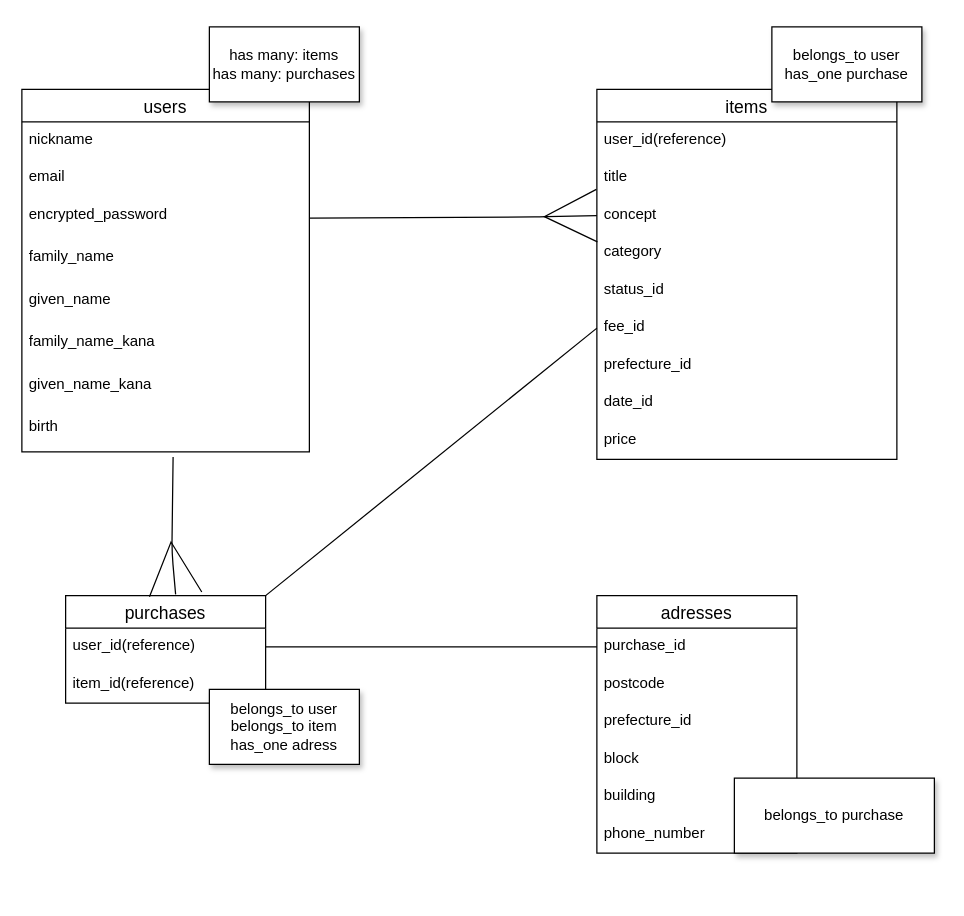
This is ER.dio from kazu0602/furima-32896, a draw.io file, before an edit. Source tidied: cells renumbered, new cells numbered last; positions are measured from the earlier drawing's top-left corner, leaving out a move shared by most shapes. Both pictures are drawn from the tidied source at 125%, with x=0, y=0 at pixel (21, 26).
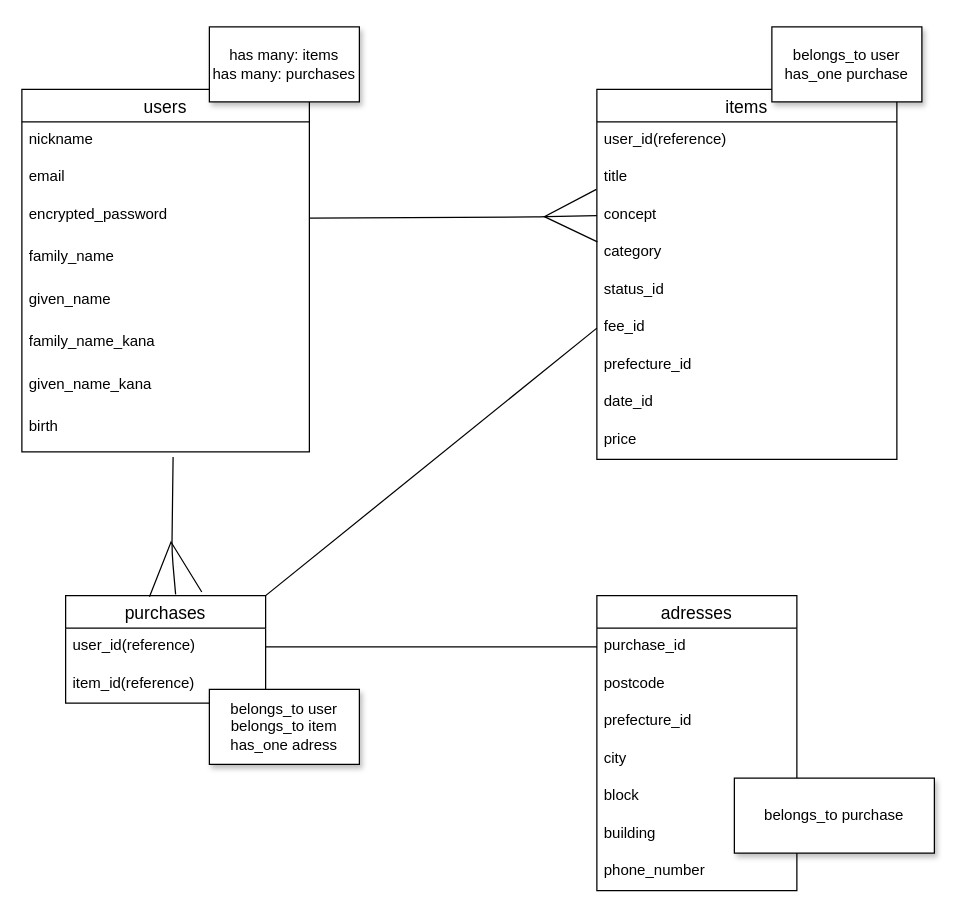
The same diagram, later.

Commit message (it also covers changes not shown here):
5データベース設計

Diff of the diagram source:
```diff
@@
     <mxCell id="25" value="adresses" style="swimlane;fontStyle=0;horizontal=1;startSize=26;align=center;fontSize=14;rounded=0;sketch=0;" parent="1" vertex="1">
-      <mxGeometry x="460" y="455" width="160" height="206" as="geometry" />
+      <mxGeometry x="460" y="455" width="160" height="236" as="geometry" />
     </mxCell>
@@
+    <mxCell id="39" value="city" style="text;strokeColor=none;fillColor=none;spacingLeft=4;spacingRight=4;overflow=hidden;fontSize=12;" parent="25" vertex="1">
+      <mxGeometry y="116" width="160" height="30" as="geometry" />
+    </mxCell>
     <mxCell id="29" value="block" style="text;strokeColor=none;fillColor=none;spacingLeft=4;spacingRight=4;overflow=hidden;fontSize=12;" parent="25" vertex="1">
-      <mxGeometry y="116" width="160" height="30" as="geometry" />
+      <mxGeometry y="146" width="160" height="30" as="geometry" />
     </mxCell>
     <mxCell id="30" value="building" style="text;strokeColor=none;fillColor=none;spacingLeft=4;spacingRight=4;overflow=hidden;fontSize=12;" parent="25" vertex="1">
-      <mxGeometry y="146" width="160" height="30" as="geometry" />
+      <mxGeometry y="176" width="160" height="30" as="geometry" />
     </mxCell>
     <mxCell id="31" value="phone_number" style="text;strokeColor=none;fillColor=none;spacingLeft=4;spacingRight=4;overflow=hidden;fontSize=12;" parent="25" vertex="1">
-      <mxGeometry y="176" width="160" height="30" as="geometry" />
+      <mxGeometry y="206" width="160" height="30" as="geometry" />
     </mxCell>
```
